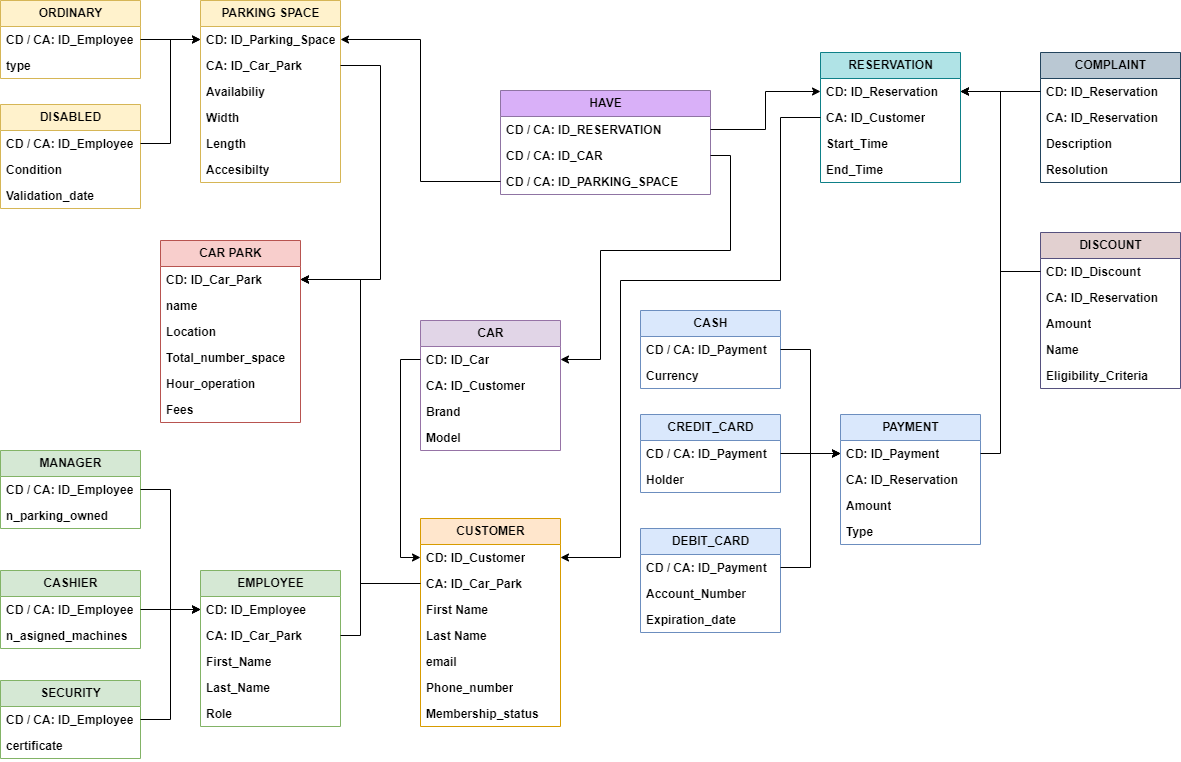
Above: image/Modelo_Relacional_Parking.png in alu0101100586/Proyecto_BBDD (draw.io), before the change. Source tidied: cells renumbered, new cells last; positions are measured from the earlier drawing's top-left corner, leaving out a move shared by most shapes.
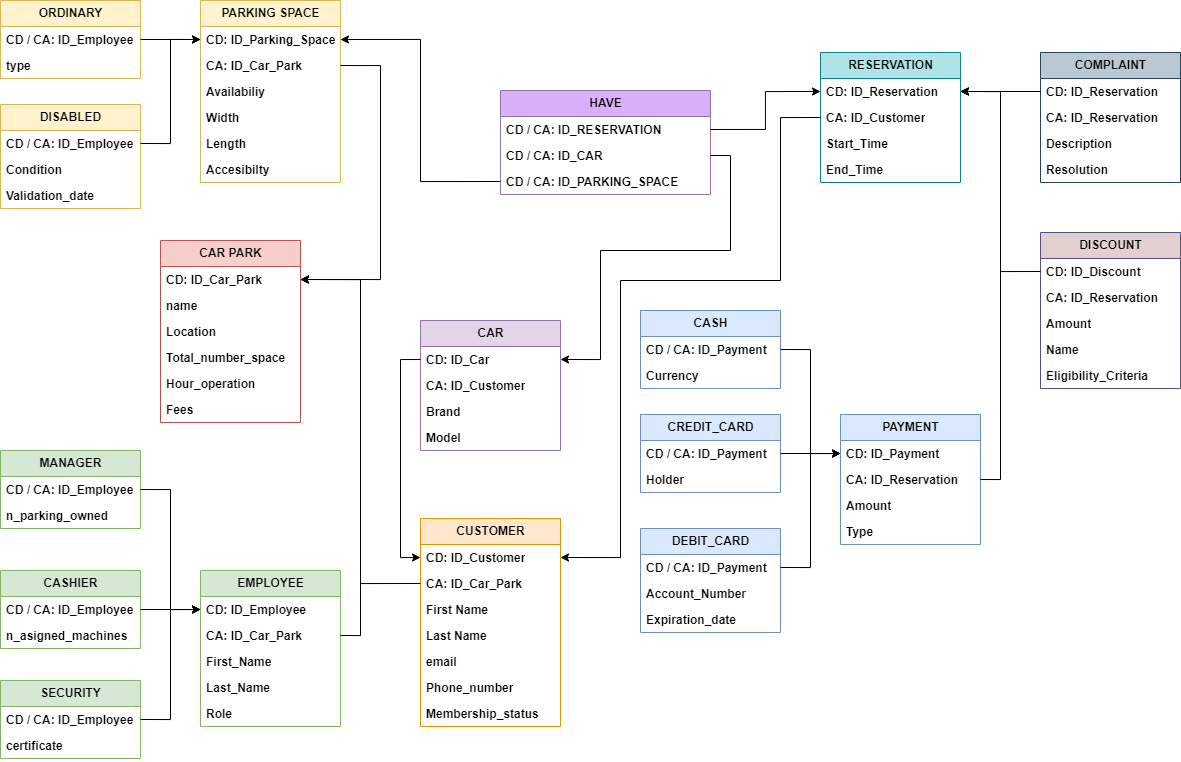
Later version of the same file.

Change to the diagram source:
```diff
@@ -299,7 +299,7 @@
     <mxCell id="95" style="edgeStyle=orthogonalEdgeStyle;rounded=0;jettySize=auto;html=1;exitX=1;exitY=0.5;exitDx=0;exitDy=0;entryX=0;entryY=0.5;entryDx=0;entryDy=0;endArrow=classic;endFill=1;" parent="1" edge="1" source="89" target="77">
       <mxGeometry relative="1" as="geometry" />
     </mxCell>
-    <mxCell id="96" style="edgeStyle=orthogonalEdgeStyle;rounded=0;jettySize=auto;html=1;exitX=1;exitY=0.5;exitDx=0;exitDy=0;entryX=1;entryY=0.5;entryDx=0;entryDy=0;endArrow=classic;endFill=1;" parent="1" edge="1" source="77" target="62">
+    <mxCell id="96" style="edgeStyle=orthogonalEdgeStyle;rounded=0;jettySize=auto;html=1;exitX=1;exitY=0.5;exitDx=0;exitDy=0;entryX=1;entryY=0.5;entryDx=0;entryDy=0;endArrow=classic;endFill=1;" parent="1" edge="1" source="78" target="62">
       <mxGeometry relative="1" as="geometry" />
     </mxCell>
     <mxCell id="97" value="HAVE" style="swimlane;fontStyle=1;horizontal=1;startSize=26;html=1;fillColor=#D9B0F8;strokeColor=#8F74A3;" parent="1" vertex="1">
```
